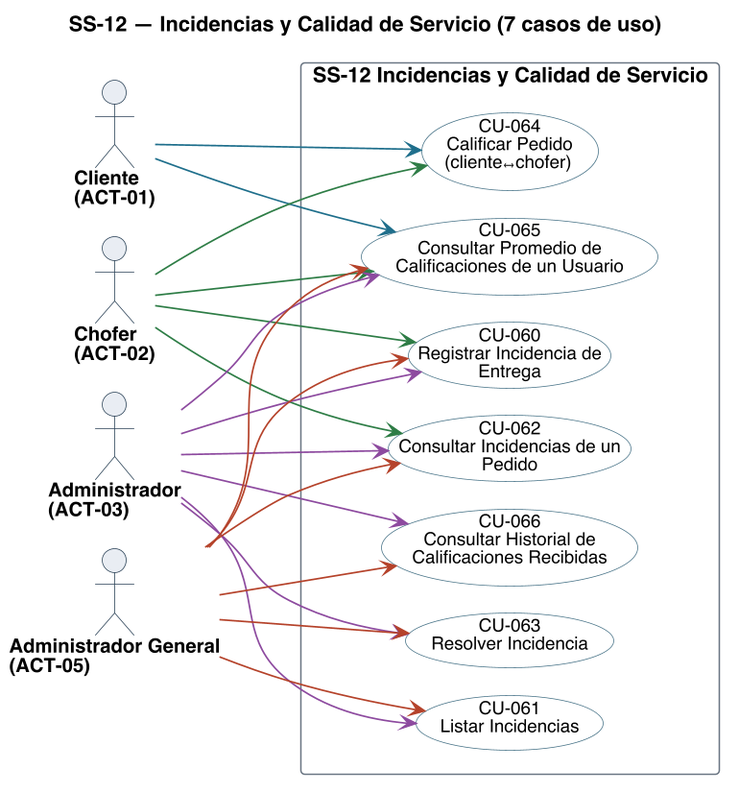
The PlantUML diagram diagramas/uml/CU_SS-12_Incidencias-Y-Calidad-De-Servicio.png in Nahuelito-Dev/splg-docs, before a commit.
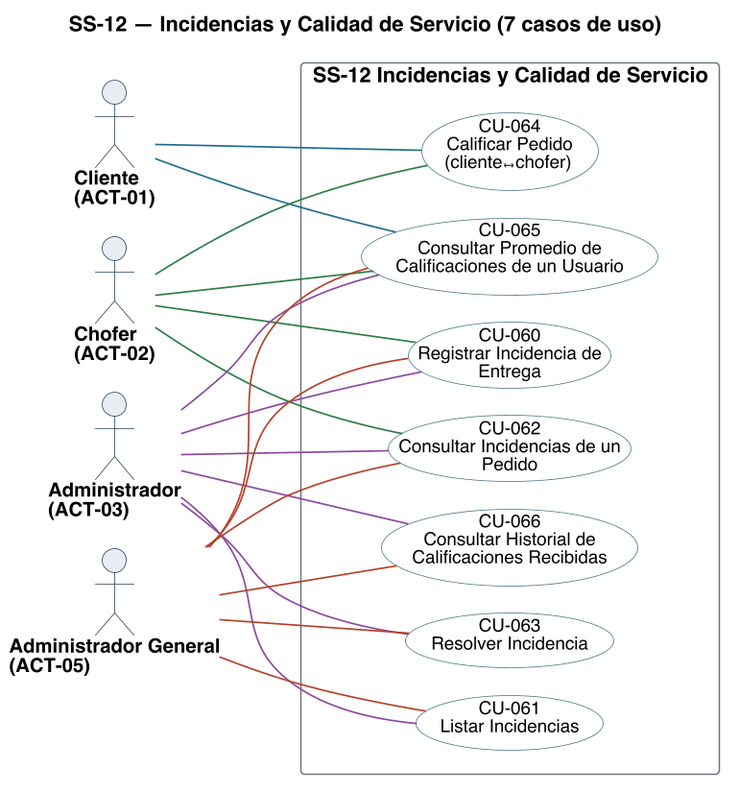
After the change.

Change to the diagram source:
```diff
@@ -30,6 +30,8 @@
 skinparam usecase {
   BorderColor<<pendiente>> #9C4436
   BackgroundColor<<pendiente>> #F6E4E1
+  BorderColor<<factorizado>> #6B7683
+  BackgroundColor<<factorizado>> #F2F4F6
 }
 
 actor "Cliente\n(ACT-01)" as A01
@@ -47,23 +49,23 @@
   usecase "CU-066\nConsultar Historial de\nCalificaciones Recibidas" as U066 #back:FFFFFF;line:4A7488
 }
 
-A01 -[#1F6F8B]-> U064
-A01 -[#1F6F8B]-> U065
-A02 -[#2E7D46]-> U060
-A02 -[#2E7D46]-> U062
-A02 -[#2E7D46]-> U064
-A02 -[#2E7D46]-> U065
-A03 -[#8C4A9E]-> U060
-A03 -[#8C4A9E]-> U061
-A03 -[#8C4A9E]-> U062
-A03 -[#8C4A9E]-> U063
-A03 -[#8C4A9E]-> U065
-A03 -[#8C4A9E]-> U066
-A05 -[#B4432B]-> U060
-A05 -[#B4432B]-> U061
-A05 -[#B4432B]-> U062
-A05 -[#B4432B]-> U063
-A05 -[#B4432B]-> U065
-A05 -[#B4432B]-> U066
+A01 -[#1F6F8B]- U064
+A01 -[#1F6F8B]- U065
+A02 -[#2E7D46]- U060
+A02 -[#2E7D46]- U062
+A02 -[#2E7D46]- U064
+A02 -[#2E7D46]- U065
+A03 -[#8C4A9E]- U060
+A03 -[#8C4A9E]- U061
+A03 -[#8C4A9E]- U062
+A03 -[#8C4A9E]- U063
+A03 -[#8C4A9E]- U065
+A03 -[#8C4A9E]- U066
+A05 -[#B4432B]- U060
+A05 -[#B4432B]- U061
+A05 -[#B4432B]- U062
+A05 -[#B4432B]- U063
+A05 -[#B4432B]- U065
+A05 -[#B4432B]- U066
 
 @enduml
```
